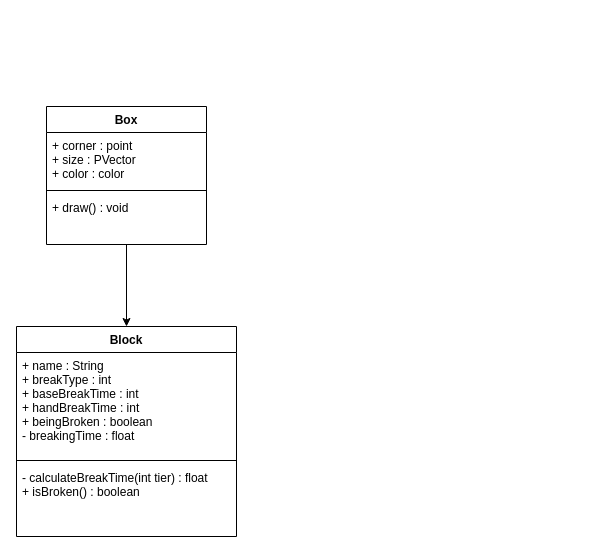
dindibo/Buildcraft keeps this draw.io diagram as Buildcraft.drawio. Above is the earlier version. Source tidied: cells renumbered, new cells numbered last; positions are measured from the earlier drawing's top-left corner, leaving out a move shared by most shapes. Both pictures are drawn from the tidied source at 100%, with x=0, y=0 at pixel (16, 106).
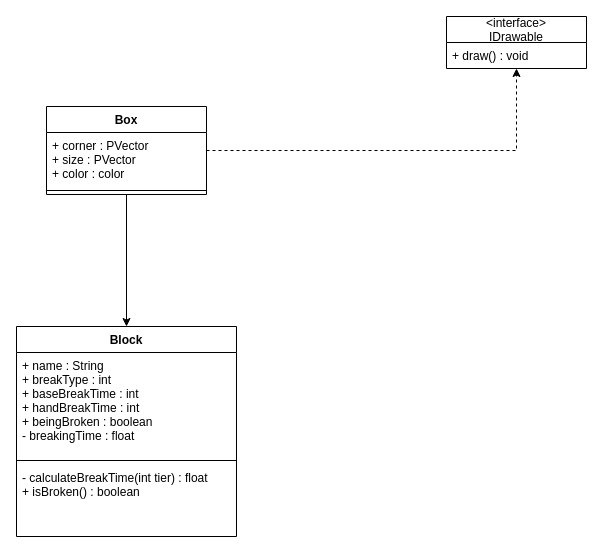
Above is the later version.

The edit, as a diff of the source:
```diff
@@
 <mxGraphModel>
   <root>
     <mxCell id="0" />
     <mxCell id="1" parent="0" />
     <mxCell id="2" style="edgeStyle=orthogonalEdgeStyle;rounded=0;jettySize=auto;html=1;" parent="1" edge="1" source="3" target="7">
       <mxGeometry relative="1" as="geometry" />
     </mxCell>
+    <mxCell id="11" style="edgeStyle=orthogonalEdgeStyle;rounded=0;jettySize=auto;html=1;dashed=1;" parent="1" edge="1" source="3" target="12">
+      <mxGeometry relative="1" as="geometry" />
+    </mxCell>
     <mxCell id="3" value="Box" style="swimlane;fontStyle=1;align=center;verticalAlign=top;horizontal=1;startSize=26;" parent="1" vertex="1">
-      <mxGeometry x="30" width="160" height="138" as="geometry" />
+      <mxGeometry x="30" width="160" height="88" as="geometry" />
     </mxCell>
-    <mxCell id="4" value="+ corner : point&#10;+ size : PVector&#10;+ color : color" style="text;strokeColor=none;fillColor=none;align=left;verticalAlign=top;spacingLeft=4;spacingRight=4;overflow=hidden;" parent="3" vertex="1">
+    <mxCell id="4" value="+ corner : PVector&#10;+ size : PVector&#10;+ color : color" style="text;strokeColor=none;fillColor=none;align=left;verticalAlign=top;spacingLeft=4;spacingRight=4;overflow=hidden;" parent="3" vertex="1">
       <mxGeometry y="26" width="160" height="54" as="geometry" />
     </mxCell>
     <mxCell id="5" style="line;strokeWidth=1;fillColor=none;align=left;verticalAlign=middle;spacingTop=-1;spacingLeft=3;spacingRight=3;labelPosition=right;" parent="3" vertex="1">
       <mxGeometry y="80" width="160" height="8" as="geometry" />
     </mxCell>
-    <mxCell id="6" value="+ draw() : void&#10;" style="text;strokeColor=none;fillColor=none;align=left;verticalAlign=top;spacingLeft=4;spacingRight=4;overflow=hidden;" parent="3" vertex="1">
-      <mxGeometry y="88" width="160" height="50" as="geometry" />
-    </mxCell>
     <mxCell id="7" value="Block" style="swimlane;fontStyle=1;align=center;verticalAlign=top;horizontal=1;startSize=26;" parent="1" vertex="1">
       <mxGeometry y="220" width="220" height="210" as="geometry" />
     </mxCell>
     <mxCell id="8" value="+ name : String&#10;+ breakType : int&#10;+ baseBreakTime : int&#10;+ handBreakTime : int&#10;+ beingBroken : boolean&#10;- breakingTime : float" style="text;strokeColor=none;fillColor=none;align=left;verticalAlign=top;spacingLeft=4;spacingRight=4;overflow=hidden;" parent="7" vertex="1">
       <mxGeometry y="26" width="220" height="104" as="geometry" />
     </mxCell>
     <mxCell id="9" style="line;strokeWidth=1;fillColor=none;align=left;verticalAlign=middle;spacingTop=-1;spacingLeft=3;spacingRight=3;labelPosition=right;" parent="7" vertex="1">
       <mxGeometry y="130" width="220" height="8" as="geometry" />
     </mxCell>
     <mxCell id="10" value="- calculateBreakTime(int tier) : float&#10;+ isBroken() : boolean" style="text;strokeColor=none;fillColor=none;align=left;verticalAlign=top;spacingLeft=4;spacingRight=4;overflow=hidden;" parent="7" vertex="1">
       <mxGeometry y="138" width="220" height="72" as="geometry" />
     </mxCell>
+    <mxCell id="12" value="&lt;interface&gt;&#10;IDrawable" style="swimlane;fontStyle=0;horizontal=1;startSize=26;fillColor=none;" parent="1" vertex="1">
+      <mxGeometry x="430" y="-90" width="140" height="52" as="geometry" />
+    </mxCell>
+    <mxCell id="6" value="+ draw() : void" style="text;strokeColor=none;fillColor=none;align=left;verticalAlign=top;spacingLeft=4;spacingRight=4;overflow=hidden;" parent="12" vertex="1">
+      <mxGeometry y="26" width="140" height="26" as="geometry" />
+    </mxCell>
   </root>
 </mxGraphModel>
```
